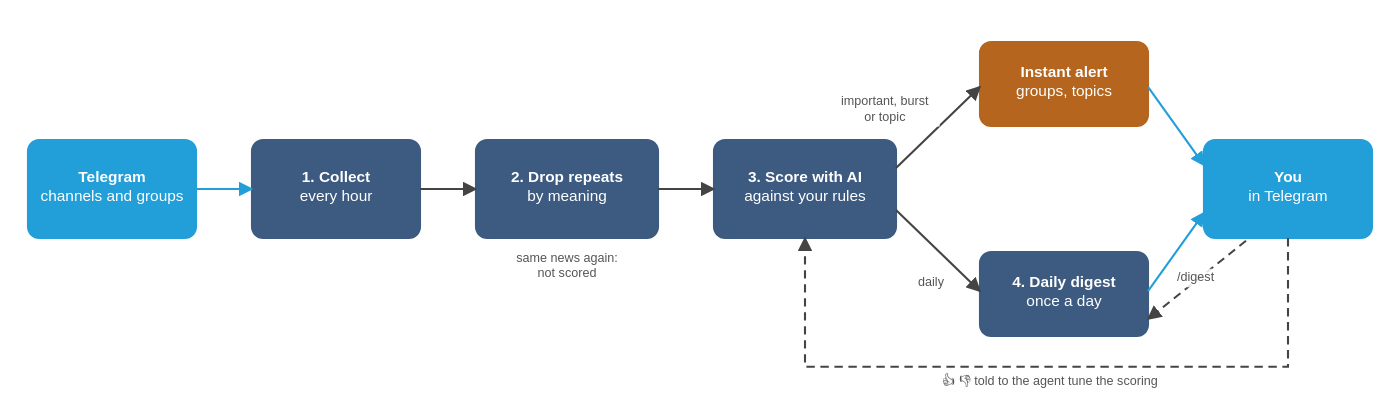
KopylP/signal-feed keeps this draw.io diagram as docs/user-guide/images/life-of-a-post.drawio.svg. Above is the earlier version. Source tidied: cells renumbered, new cells last; positions are measured from the earlier drawing's top-left corner, leaving out a move shared by most shapes.
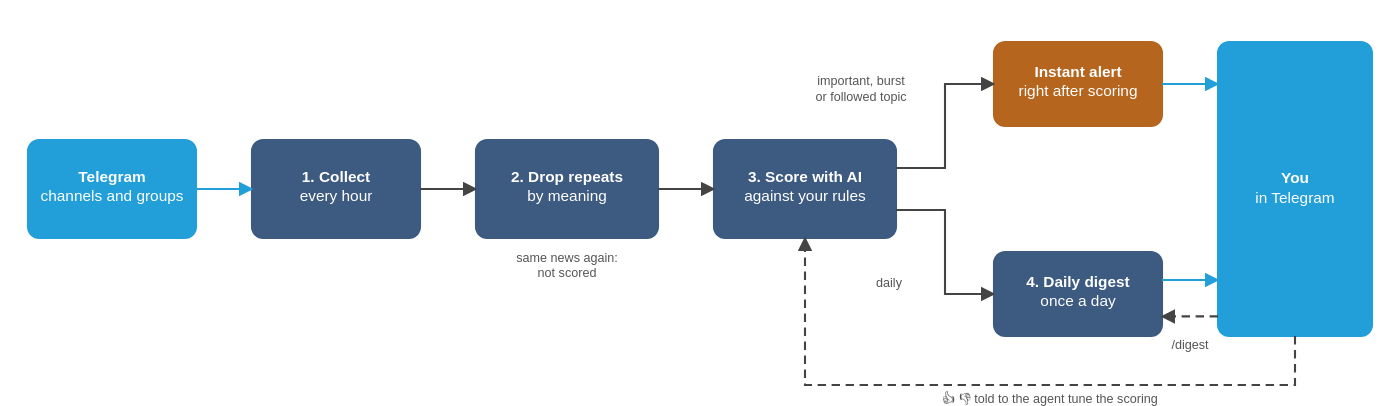
After the change.

Commit message:
Draw the life of a post and the system context with straight lines

Claude-Session: https://claude.ai/code/session_013EkzJnWavPCai4ViD3kc7k

Change to the diagram source:
```diff
@@ -27,22 +27,22 @@
       <mxGeometry x="490" y="89" width="130" height="31" as="geometry" />
     </mxCell>
     <mxCell id="10" style="rounded=1;arcSize=3;html=1;strokeColor=#B5651D;fillColor=#B5651D;strokeWidth=1.5;" parent="1" vertex="1">
-      <mxGeometry x="680" width="120" height="60" as="geometry" />
+      <mxGeometry x="690" width="120" height="60" as="geometry" />
     </mxCell>
-    <mxCell id="11" value="&lt;b&gt;Instant alert&lt;/b&gt;&lt;br&gt;groups, topics" style="text;html=1;whiteSpace=wrap;align=center;verticalAlign=top;spacing=0;fontSize=11;fontColor=#ffffff;" parent="1" vertex="1">
-      <mxGeometry x="680" y="14" width="120" height="31" as="geometry" />
+    <mxCell id="11" value="&lt;b&gt;Instant alert&lt;/b&gt;&lt;br&gt;right after scoring" style="text;html=1;whiteSpace=wrap;align=center;verticalAlign=top;spacing=0;fontSize=11;fontColor=#ffffff;" parent="1" vertex="1">
+      <mxGeometry x="690" y="14" width="120" height="31" as="geometry" />
     </mxCell>
     <mxCell id="12" style="rounded=1;arcSize=3;html=1;strokeColor=#3D5A80;fillColor=#3D5A80;strokeWidth=1.5;" parent="1" vertex="1">
-      <mxGeometry x="680" y="150" width="120" height="60" as="geometry" />
+      <mxGeometry x="690" y="150" width="120" height="60" as="geometry" />
     </mxCell>
     <mxCell id="13" value="&lt;b&gt;4. Daily digest&lt;/b&gt;&lt;br&gt;once a day" style="text;html=1;whiteSpace=wrap;align=center;verticalAlign=top;spacing=0;fontSize=11;fontColor=#ffffff;" parent="1" vertex="1">
-      <mxGeometry x="680" y="164" width="120" height="31" as="geometry" />
+      <mxGeometry x="690" y="164" width="120" height="31" as="geometry" />
     </mxCell>
     <mxCell id="14" style="rounded=1;arcSize=3;html=1;strokeColor=#229ED9;fillColor=#229ED9;strokeWidth=1.5;" parent="1" vertex="1">
-      <mxGeometry x="840" y="70" width="120" height="70" as="geometry" />
+      <mxGeometry x="850" width="110" height="210" as="geometry" />
     </mxCell>
     <mxCell id="15" value="&lt;b&gt;You&lt;/b&gt;&lt;br&gt;in Telegram" style="text;html=1;whiteSpace=wrap;align=center;verticalAlign=top;spacing=0;fontSize=11;fontColor=#ffffff;" parent="1" vertex="1">
-      <mxGeometry x="840" y="89" width="120" height="31" as="geometry" />
+      <mxGeometry x="850" y="89" width="110" height="31" as="geometry" />
     </mxCell>
     <mxCell id="16" style="edgeStyle=none;html=1;strokeColor=#229ED9;strokeWidth=1.5;endArrow=block;endFill=1;exitX=1.0;exitY=0.5;exitDx=0;exitDy=0;entryX=0.0;entryY=0.5;entryDx=0;entryDy=0;" parent="1" edge="1" source="2" target="4">
       <mxGeometry relative="1" as="geometry" />
@@ -53,43 +53,53 @@
     <mxCell id="18" style="edgeStyle=none;html=1;strokeColor=#444444;strokeWidth=1.5;endArrow=block;endFill=1;exitX=1.0;exitY=0.5;exitDx=0;exitDy=0;entryX=0.0;entryY=0.5;entryDx=0;entryDy=0;" parent="1" edge="1" source="6" target="8">
       <mxGeometry relative="1" as="geometry" />
     </mxCell>
-    <mxCell id="19" style="edgeStyle=none;html=1;strokeColor=#444444;strokeWidth=1.5;endArrow=block;endFill=1;exitX=1.0;exitY=0.286;exitDx=0;exitDy=0;entryX=0.0;entryY=0.533;entryDx=0;entryDy=0;" parent="1" edge="1" source="8" target="10">
-      <mxGeometry relative="1" as="geometry" />
+    <mxCell id="19" style="edgeStyle=none;html=1;strokeColor=#444444;strokeWidth=1.5;endArrow=block;endFill=1;exitX=1.0;exitY=0.286;exitDx=0;exitDy=0;entryX=0.0;entryY=0.5;entryDx=0;entryDy=0;" parent="1" edge="1" source="8" target="10">
+      <mxGeometry relative="1" as="geometry">
+        <Array as="points">
+          <mxPoint x="655" y="90" />
+          <mxPoint x="655" y="30" />
+        </Array>
+      </mxGeometry>
     </mxCell>
-    <mxCell id="20" style="edgeStyle=none;html=1;strokeColor=#444444;strokeWidth=1.5;endArrow=block;endFill=1;exitX=1.0;exitY=0.714;exitDx=0;exitDy=0;entryX=0.0;entryY=0.467;entryDx=0;entryDy=0;" parent="1" edge="1" source="8" target="12">
-      <mxGeometry relative="1" as="geometry" />
+    <mxCell id="20" style="edgeStyle=none;html=1;strokeColor=#444444;strokeWidth=1.5;endArrow=block;endFill=1;exitX=1.0;exitY=0.714;exitDx=0;exitDy=0;entryX=0.0;entryY=0.5;entryDx=0;entryDy=0;" parent="1" edge="1" source="8" target="12">
+      <mxGeometry relative="1" as="geometry">
+        <Array as="points">
+          <mxPoint x="655" y="120" />
+          <mxPoint x="655" y="180" />
+        </Array>
+      </mxGeometry>
     </mxCell>
-    <mxCell id="21" style="edgeStyle=none;html=1;strokeColor=#229ED9;strokeWidth=1.5;endArrow=block;endFill=1;exitX=1.0;exitY=0.533;exitDx=0;exitDy=0;entryX=0.0;entryY=0.257;entryDx=0;entryDy=0;" parent="1" edge="1" source="10" target="14">
+    <mxCell id="21" style="edgeStyle=none;html=1;strokeColor=#229ED9;strokeWidth=1.5;endArrow=block;endFill=1;exitX=1.0;exitY=0.5;exitDx=0;exitDy=0;entryX=0.0;entryY=0.143;entryDx=0;entryDy=0;" parent="1" edge="1" source="10" target="14">
       <mxGeometry relative="1" as="geometry" />
     </mxCell>
-    <mxCell id="22" style="edgeStyle=none;html=1;strokeColor=#229ED9;strokeWidth=1.5;endArrow=block;endFill=1;exitX=1.0;exitY=0.467;exitDx=0;exitDy=0;entryX=0.0;entryY=0.743;entryDx=0;entryDy=0;" parent="1" edge="1" source="12" target="14">
+    <mxCell id="22" style="edgeStyle=none;html=1;strokeColor=#229ED9;strokeWidth=1.5;endArrow=block;endFill=1;exitX=1.0;exitY=0.333;exitDx=0;exitDy=0;entryX=0.0;entryY=0.81;entryDx=0;entryDy=0;" parent="1" edge="1" source="12" target="14">
       <mxGeometry relative="1" as="geometry" />
     </mxCell>
+    <mxCell id="24" style="edgeStyle=none;html=1;strokeColor=#444444;strokeWidth=1.5;endArrow=block;endFill=1;dashed=1;exitX=0.0;exitY=0.933;exitDx=0;exitDy=0;entryX=1.0;entryY=0.767;entryDx=0;entryDy=0;" parent="1" edge="1" source="14" target="12">
+      <mxGeometry relative="1" as="geometry" />
+    </mxCell>
     <mxCell id="23" style="edgeStyle=none;html=1;strokeColor=#444444;strokeWidth=1.5;endArrow=block;endFill=1;dashed=1;exitX=0.5;exitY=1.0;exitDx=0;exitDy=0;entryX=0.5;entryY=1.0;entryDx=0;entryDy=0;" parent="1" edge="1" source="14" target="8">
       <mxGeometry relative="1" as="geometry">
         <Array as="points">
-          <mxPoint x="900" y="232" />
-          <mxPoint x="555" y="232" />
+          <mxPoint x="905" y="245" />
+          <mxPoint x="555" y="245" />
         </Array>
       </mxGeometry>
     </mxCell>
-    <mxCell id="24" style="edgeStyle=none;html=1;strokeColor=#444444;strokeWidth=1.5;endArrow=block;endFill=1;dashed=1;exitX=0.25;exitY=1.029;exitDx=0;exitDy=0;entryX=1.0;entryY=0.8;entryDx=0;entryDy=0;" parent="1" edge="1" source="14" target="12">
-      <mxGeometry relative="1" as="geometry" />
-    </mxCell>
-    <mxCell id="25" value="important, burst&lt;br&gt;or topic" style="text;html=1;whiteSpace=wrap;align=center;verticalAlign=top;spacing=0;fontSize=9;fontColor=#555555;fillColor=#ffffff;opacity=85;" parent="1" vertex="1">
-      <mxGeometry x="572" y="36" width="80" height="26" as="geometry" />
+    <mxCell id="25" value="important, burst&lt;br&gt;or followed topic" style="text;html=1;whiteSpace=wrap;align=center;verticalAlign=top;spacing=0;fontSize=9;fontColor=#555555;fillColor=#ffffff;opacity=85;" parent="1" vertex="1">
+      <mxGeometry x="540" y="22" width="110" height="26" as="geometry" />
     </mxCell>
     <mxCell id="26" value="daily" style="text;html=1;whiteSpace=wrap;align=center;verticalAlign=top;spacing=0;fontSize=9;fontColor=#555555;fillColor=#ffffff;opacity=85;" parent="1" vertex="1">
-      <mxGeometry x="625" y="165" width="40" height="15" as="geometry" />
+      <mxGeometry x="580" y="166" width="70" height="15" as="geometry" />
     </mxCell>
     <mxCell id="27" value="same news again:&lt;br&gt;not scored" style="text;html=1;whiteSpace=wrap;align=center;verticalAlign=top;spacing=0;fontSize=9;fontColor=#555555;fillColor=#ffffff;opacity=85;" parent="1" vertex="1">
       <mxGeometry x="310" y="148" width="150" height="26" as="geometry" />
     </mxCell>
     <mxCell id="28" value="👍 👎 told to the agent tune the scoring" style="text;html=1;whiteSpace=wrap;align=center;verticalAlign=top;spacing=0;fontSize=9;fontColor=#555555;fillColor=#ffffff;opacity=85;" parent="1" vertex="1">
-      <mxGeometry x="630" y="236" width="200" height="15" as="geometry" />
+      <mxGeometry x="630" y="249" width="200" height="15" as="geometry" />
     </mxCell>
     <mxCell id="29" value="/digest" style="text;html=1;whiteSpace=wrap;align=center;verticalAlign=top;spacing=0;fontSize=9;fontColor=#555555;fillColor=#ffffff;opacity=85;" parent="1" vertex="1">
-      <mxGeometry x="812" y="162" width="44" height="15" as="geometry" />
+      <mxGeometry x="810" y="210" width="40" height="15" as="geometry" />
     </mxCell>
   </root>
 </mxGraphModel>
```
